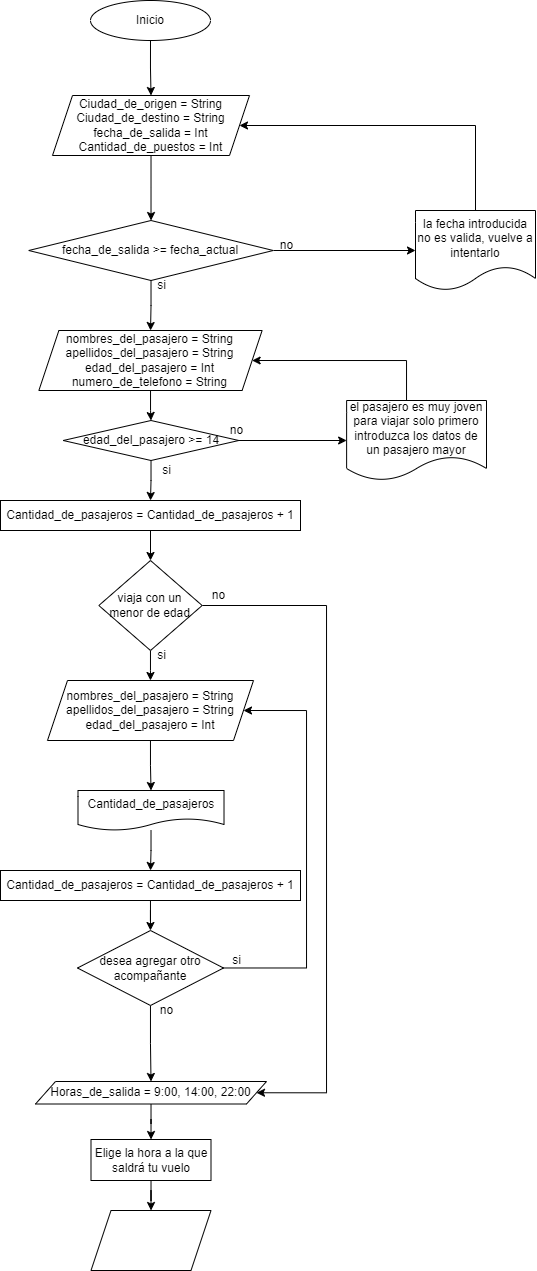
dasamepu/Flujo-de-funciones-para-encapsular-algoritmos keeps this draw.io diagram as Venta de tiquetes.png. Above is the earlier version. Source tidied: cells renumbered, new cells last; positions are measured from the earlier drawing's top-left corner, leaving out a move shared by most shapes.
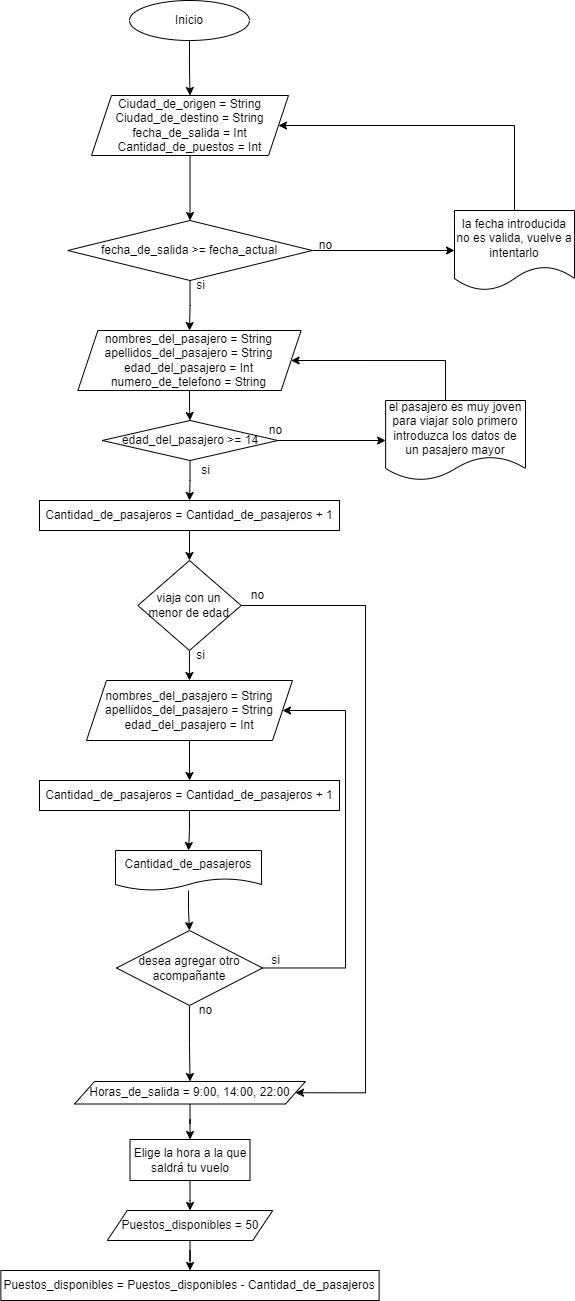
After the commit.

Change to the diagram source:
```diff
@@ -84,23 +84,23 @@
     <mxCell id="24" value="si" style="text;html=1;align=center;verticalAlign=middle;strokeColor=none;fillColor=none;" parent="1" vertex="1">
       <mxGeometry x="151" y="455" width="30" height="30" as="geometry" />
     </mxCell>
-    <mxCell id="25" style="edgeStyle=orthogonalEdgeStyle;rounded=0;jettySize=auto;html=1;" parent="1" edge="1" source="26" target="28">
-      <mxGeometry relative="1" as="geometry" />
-    </mxCell>
+    <mxCell id="45" style="edgeStyle=orthogonalEdgeStyle;rounded=0;jettySize=auto;html=1;entryX=0.5;entryY=0;entryDx=0;entryDy=0;" parent="1" edge="1" source="26" target="30">
+      <mxGeometry relative="1" as="geometry" />
+    </mxCell>
     <mxCell id="26" value="nombres_del_pasajero = String&lt;br&gt;apellidos_del_pasajero = String&lt;br&gt;edad_del_pasajero = Int" style="shape=parallelogram;perimeter=parallelogramPerimeter;whiteSpace=wrap;html=1;fixedSize=1;" parent="1" vertex="1">
       <mxGeometry x="47" y="680" width="206" height="60" as="geometry" />
     </mxCell>
-    <mxCell id="27" style="edgeStyle=orthogonalEdgeStyle;rounded=0;jettySize=auto;html=1;entryX=0.5;entryY=0;entryDx=0;entryDy=0;" parent="1" edge="1" source="28" target="30">
-      <mxGeometry relative="1" as="geometry" />
-    </mxCell>
+    <mxCell id="46" style="edgeStyle=orthogonalEdgeStyle;rounded=0;jettySize=auto;html=1;entryX=0.5;entryY=0;entryDx=0;entryDy=0;" parent="1" edge="1" source="28" target="36">
+      <mxGeometry relative="1" as="geometry" />
+    </mxCell>
     <mxCell id="28" value="Cantidad_de_pasajeros" style="shape=document;whiteSpace=wrap;html=1;boundedLbl=1;" parent="1" vertex="1">
-      <mxGeometry x="77.5" y="790" width="146" height="40" as="geometry" />
+      <mxGeometry x="76" y="850" width="146" height="40" as="geometry" />
     </mxCell>
-    <mxCell id="29" style="edgeStyle=orthogonalEdgeStyle;rounded=0;jettySize=auto;html=1;" parent="1" edge="1" source="30" target="36">
-      <mxGeometry relative="1" as="geometry" />
-    </mxCell>
+    <mxCell id="47" style="edgeStyle=orthogonalEdgeStyle;rounded=0;jettySize=auto;html=1;entryX=0.5;entryY=0;entryDx=0;entryDy=0;" parent="1" edge="1" source="30" target="28">
+      <mxGeometry relative="1" as="geometry" />
+    </mxCell>
     <mxCell id="30" value="Cantidad_de_pasajeros = Cantidad_de_pasajeros + 1" style="whiteSpace=wrap;html=1;" parent="1" vertex="1">
-      <mxGeometry y="870" width="300" height="30" as="geometry" />
+      <mxGeometry y="780" width="300" height="30" as="geometry" />
     </mxCell>
     <mxCell id="31" style="edgeStyle=orthogonalEdgeStyle;rounded=0;jettySize=auto;html=1;exitX=0.5;exitY=1;exitDx=0;exitDy=0;entryX=0.5;entryY=0;entryDx=0;entryDy=0;" parent="1" edge="1" source="32" target="23">
       <mxGeometry relative="1" as="geometry" />
@@ -146,8 +146,14 @@
     <mxCell id="43" value="Elige la hora a la que saldrá tu vuelo" style="whiteSpace=wrap;html=1;" parent="1" vertex="1">
       <mxGeometry x="90.5" y="1139" width="120" height="41" as="geometry" />
     </mxCell>
+    <mxCell id="48" style="edgeStyle=orthogonalEdgeStyle;rounded=0;jettySize=auto;html=1;" parent="1" edge="1" source="44" target="49">
+      <mxGeometry relative="1" as="geometry" />
+    </mxCell>
-    <mxCell id="44" style="shape=parallelogram;perimeter=parallelogramPerimeter;whiteSpace=wrap;html=1;fixedSize=1;" parent="1" vertex="1">
-      <mxGeometry x="90.5" y="1210" width="120" height="60" as="geometry" />
+    <mxCell id="44" value="Puestos_disponibles = 50" style="shape=parallelogram;perimeter=parallelogramPerimeter;whiteSpace=wrap;html=1;fixedSize=1;" parent="1" vertex="1">
+      <mxGeometry x="67.8" y="1210" width="165.5" height="30" as="geometry" />
     </mxCell>
+    <mxCell id="49" value="Puestos_disponibles = Puestos_disponibles - Cantidad_de_pasajeros" style="whiteSpace=wrap;html=1;" parent="1" vertex="1">
+      <mxGeometry x="-38.6" y="1270" width="378.2" height="30" as="geometry" />
+    </mxCell>
   </root>
 </mxGraphModel>
```
